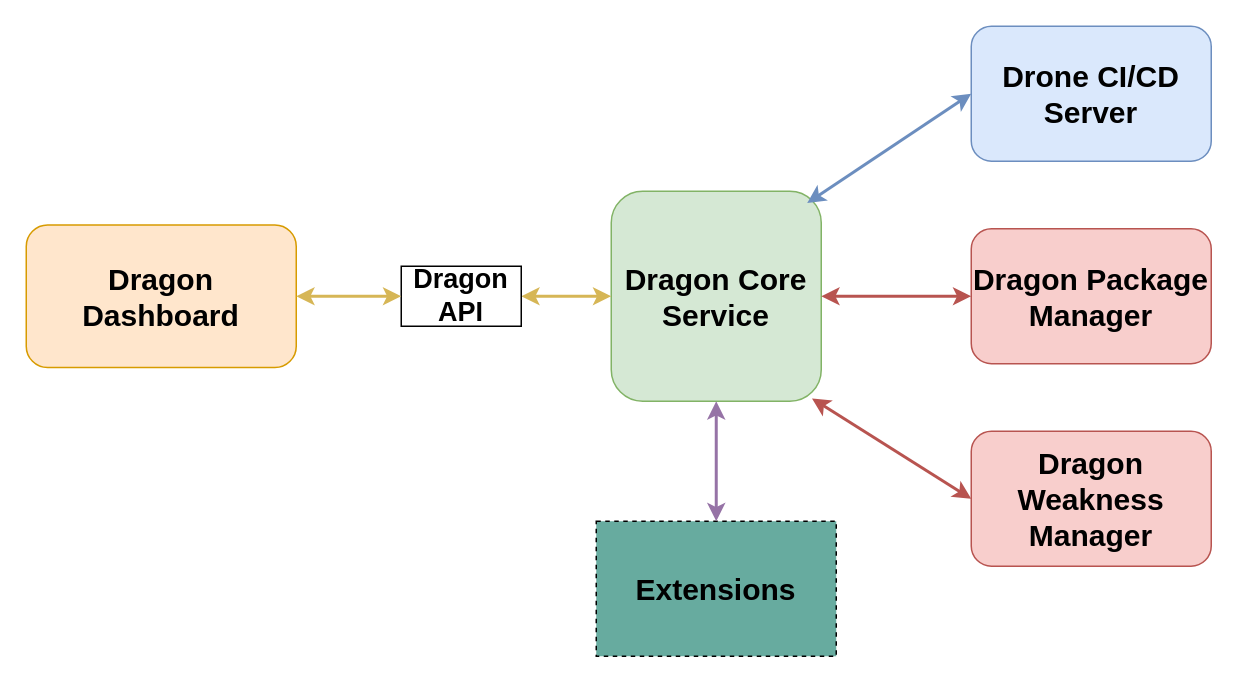
Above: Dragon_Service_Workflow.drawio in twinklestar03/AIS3-Dragon (draw.io), before the change. Source tidied: cells renumbered, new cells numbered last; positions are measured from the earlier drawing's top-left corner, leaving out a move shared by most shapes. Both pictures are drawn from the tidied source at 150%, with x=0, y=0 at pixel (26, 26).
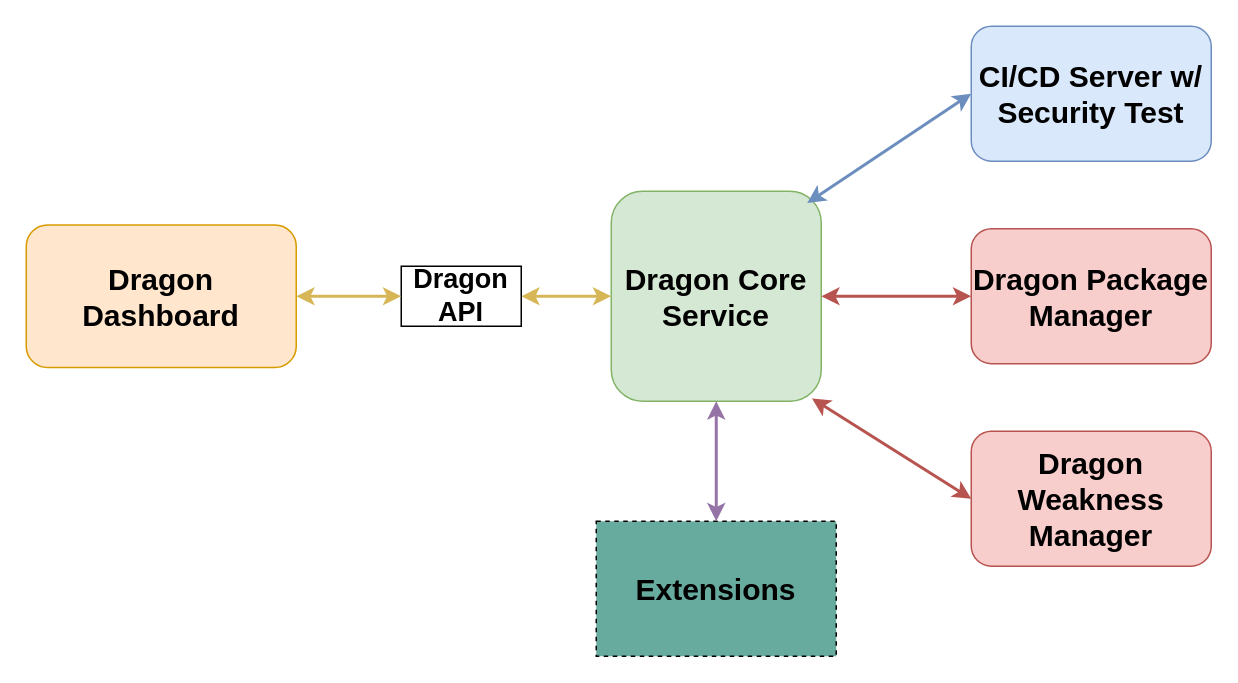
The same diagram, later.

Change to the diagram source:
```diff
@@
 <mxGraphModel>
   <root>
     <mxCell id="0" />
     <mxCell id="1" parent="0" />
     <mxCell id="2" value="Dragon Core Service" style="rounded=1;whiteSpace=wrap;html=1;fontSize=20;glass=0;strokeWidth=1;shadow=0;fillColor=#d5e8d4;strokeColor=#82b366;fontStyle=1;" parent="1" vertex="1">
       <mxGeometry x="390" y="110" width="140" height="140" as="geometry" />
     </mxCell>
-    <mxCell id="3" value="Drone CI/CD Server" style="rounded=1;whiteSpace=wrap;html=1;fontSize=20;fontStyle=1;fillColor=#dae8fc;strokeColor=#6c8ebf;" parent="1" vertex="1">
+    <mxCell id="3" value="CI/CD Server w/ Security Test" style="rounded=1;whiteSpace=wrap;html=1;fontSize=20;fontStyle=1;fillColor=#dae8fc;strokeColor=#6c8ebf;" parent="1" vertex="1">
       <mxGeometry x="630" width="160" height="90" as="geometry" />
     </mxCell>
     <mxCell id="4" value="Dragon Package Manager" style="rounded=1;whiteSpace=wrap;html=1;fontStyle=1;fontSize=20;fillColor=#f8cecc;strokeColor=#b85450;" parent="1" vertex="1">
       <mxGeometry x="630" y="135" width="160" height="90" as="geometry" />
     </mxCell>
     <mxCell id="5" value="Dragon Dashboard" style="rounded=1;whiteSpace=wrap;html=1;fontSize=20;fontStyle=1;fillColor=#ffe6cc;strokeColor=#d79b00;" parent="1" vertex="1">
       <mxGeometry y="132.5" width="180" height="95" as="geometry" />
     </mxCell>
     <mxCell id="6" value="Dragon Weakness Manager" style="rounded=1;whiteSpace=wrap;html=1;fontSize=20;fillColor=#f8cecc;strokeColor=#b85450;fontStyle=1;" parent="1" vertex="1">
       <mxGeometry x="630" y="270" width="160" height="90" as="geometry" />
     </mxCell>
     <mxCell id="7" style="endArrow=classic;startArrow=classic;html=1;entryX=0;entryY=0.5;entryDx=0;entryDy=0;exitX=1;exitY=0.5;exitDx=0;exitDy=0;strokeWidth=2;fillColor=#fff2cc;strokeColor=#d6b656;" parent="1" edge="1" source="8" target="2">
       <mxGeometry relative="1" as="geometry" />
     </mxCell>
     <mxCell id="8" value="Dragon API" style="rounded=0;whiteSpace=wrap;html=1;fontSize=18;fontStyle=1;" parent="1" vertex="1">
       <mxGeometry x="250" y="160" width="80" height="40" as="geometry" />
     </mxCell>
     <mxCell id="9" style="endArrow=classic;startArrow=classic;html=1;entryX=0;entryY=0.5;entryDx=0;entryDy=0;exitX=1;exitY=0.5;exitDx=0;exitDy=0;strokeWidth=2;fillColor=#fff2cc;strokeColor=#d6b656;" parent="1" edge="1" source="5" target="8">
       <mxGeometry relative="1" as="geometry" />
     </mxCell>
     <mxCell id="10" style="endArrow=classic;startArrow=classic;html=1;strokeWidth=2;entryX=0;entryY=0.5;entryDx=0;entryDy=0;exitX=0.933;exitY=0.056;exitDx=0;exitDy=0;exitPerimeter=0;fillColor=#dae8fc;strokeColor=#6c8ebf;" parent="1" edge="1" source="2" target="3">
       <mxGeometry relative="1" as="geometry" />
     </mxCell>
     <mxCell id="11" style="endArrow=classic;startArrow=classic;html=1;strokeWidth=2;exitX=1;exitY=0.5;exitDx=0;exitDy=0;entryX=0;entryY=0.5;entryDx=0;entryDy=0;fillColor=#f8cecc;strokeColor=#b85450;" parent="1" edge="1" source="2" target="4">
       <mxGeometry relative="1" as="geometry" />
     </mxCell>
     <mxCell id="12" style="endArrow=classic;startArrow=classic;html=1;strokeWidth=2;exitX=0.956;exitY=0.987;exitDx=0;exitDy=0;exitPerimeter=0;entryX=0;entryY=0.5;entryDx=0;entryDy=0;fillColor=#f8cecc;strokeColor=#b85450;" parent="1" edge="1" source="2" target="6">
       <mxGeometry relative="1" as="geometry" />
     </mxCell>
     <mxCell id="13" value="Extensions" style="rounded=1;whiteSpace=wrap;html=1;fontSize=20;dashed=1;fillColor=#67AB9F;arcSize=0;fontStyle=1;" parent="1" vertex="1">
       <mxGeometry x="380" y="330" width="160" height="90" as="geometry" />
     </mxCell>
     <mxCell id="14" style="endArrow=classic;startArrow=classic;html=1;strokeWidth=2;fontSize=20;entryX=0.5;entryY=1;entryDx=0;entryDy=0;exitX=0.5;exitY=0;exitDx=0;exitDy=0;fillColor=#e1d5e7;strokeColor=#9673a6;" parent="1" edge="1" source="13" target="2">
       <mxGeometry relative="1" as="geometry" />
     </mxCell>
   </root>
 </mxGraphModel>
```
